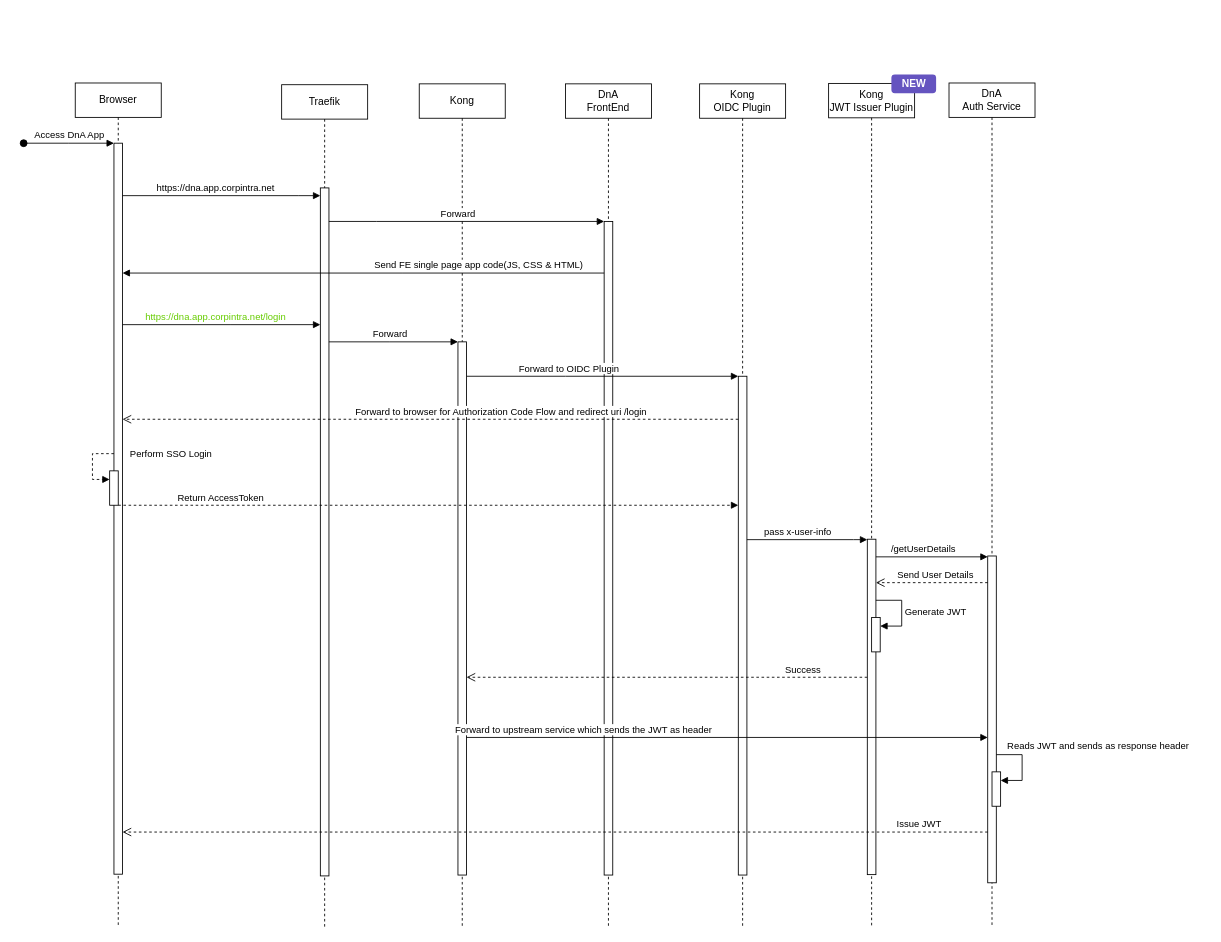
Above: DnA Security Architecture With Kong.drawio in kameshbrao/ArchiModels (draw.io), before the change. Source tidied: cells renumbered, new cells numbered last; positions are measured from the earlier drawing's top-left corner, leaving out a move shared by most shapes. Both pictures are drawn from the tidied source at 86%, with x=0, y=0 at pixel (23, 75).
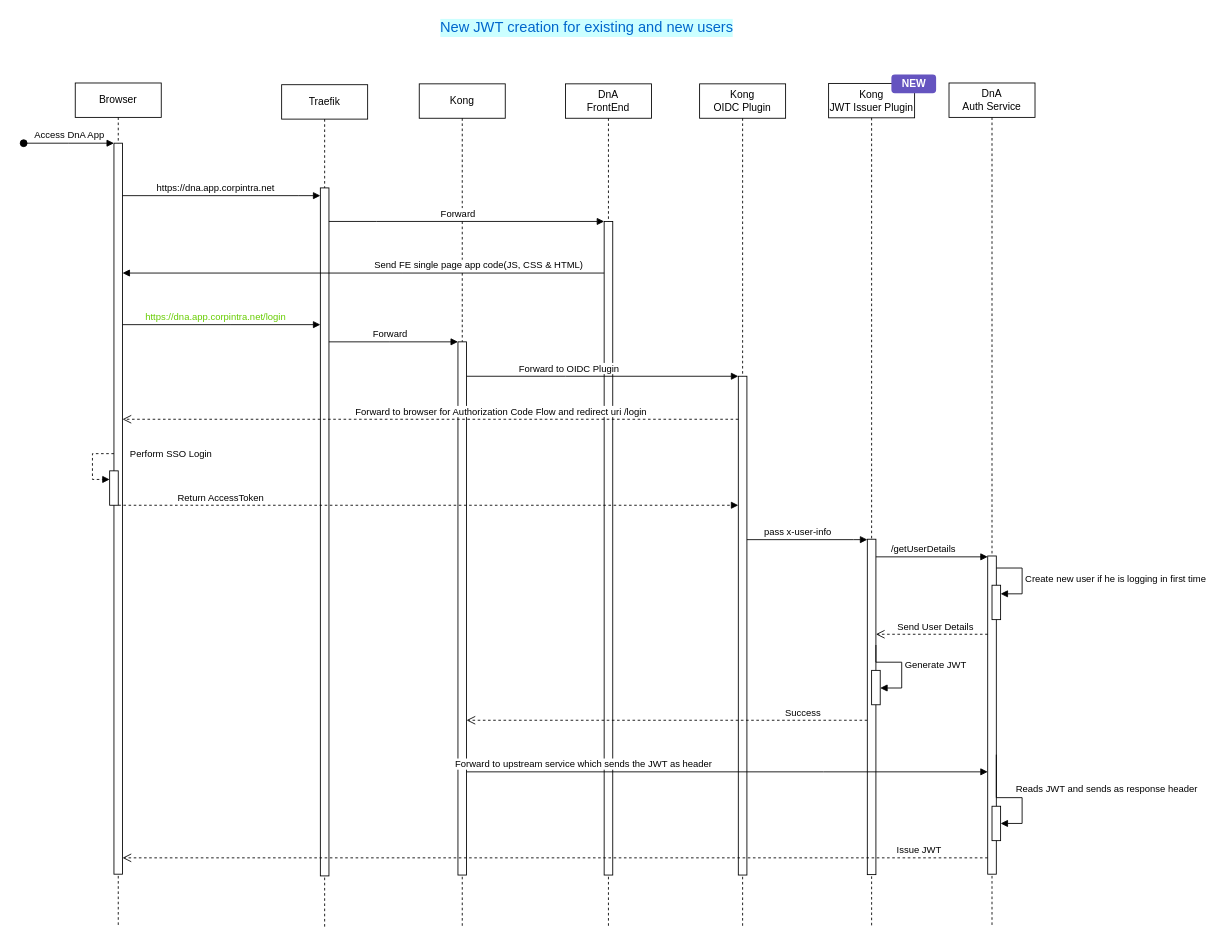
Above is the later version.

Unchanged cells that the change refers to:
```xml
<mxCell id="3" style="html=1;points=[];perimeter=orthogonalPerimeter;outlineConnect=0;targetShapes=umlLifeline;portConstraint=eastwest;newEdgeStyle={&quot;edgeStyle&quot;:&quot;elbowEdgeStyle&quot;,&quot;elbow&quot;:&quot;vertical&quot;,&quot;curved&quot;:0,&quot;rounded&quot;:0};" parent="2" vertex="1">
  <mxGeometry x="45" y="70" width="10" height="850" as="geometry" />
</mxCell>
<mxCell id="12" value="DnA&lt;br&gt;Auth Service" style="shape=umlLifeline;perimeter=lifelinePerimeter;whiteSpace=wrap;html=1;newEdgeStyle={&quot;edgeStyle&quot;:&quot;elbowEdgeStyle&quot;,&quot;elbow&quot;:&quot;vertical&quot;,&quot;curved&quot;:0,&quot;rounded&quot;:0};" parent="1" vertex="1">
  <mxGeometry x="1076" y="9" width="100" height="981" as="geometry" />
</mxCell>
<mxCell id="20" value="Kong&lt;br&gt;JWT Issuer Plugin" style="shape=umlLifeline;perimeter=lifelinePerimeter;whiteSpace=wrap;html=1;newEdgeStyle={&quot;edgeStyle&quot;:&quot;elbowEdgeStyle&quot;,&quot;elbow&quot;:&quot;vertical&quot;,&quot;curved&quot;:0,&quot;rounded&quot;:0};" parent="1" vertex="1">
  <mxGeometry x="936" y="9.5" width="100" height="981" as="geometry" />
</mxCell>
<mxCell id="21" style="html=1;points=[];perimeter=orthogonalPerimeter;outlineConnect=0;targetShapes=umlLifeline;portConstraint=eastwest;newEdgeStyle={&quot;edgeStyle&quot;:&quot;elbowEdgeStyle&quot;,&quot;elbow&quot;:&quot;vertical&quot;,&quot;curved&quot;:0,&quot;rounded&quot;:0};" parent="20" vertex="1">
  <mxGeometry x="45" y="530" width="10" height="390" as="geometry" />
</mxCell>
<mxCell id="25" style="html=1;points=[];perimeter=orthogonalPerimeter;outlineConnect=0;targetShapes=umlLifeline;portConstraint=eastwest;newEdgeStyle={&quot;edgeStyle&quot;:&quot;elbowEdgeStyle&quot;,&quot;elbow&quot;:&quot;vertical&quot;,&quot;curved&quot;:0,&quot;rounded&quot;:0};" parent="24" vertex="1">
  <mxGeometry x="45" y="300" width="10" height="620" as="geometry" />
</mxCell>
```

Diff of the diagram source:
```diff
@@
     <mxCell id="13" style="html=1;points=[];perimeter=orthogonalPerimeter;outlineConnect=0;targetShapes=umlLifeline;portConstraint=eastwest;newEdgeStyle={&quot;edgeStyle&quot;:&quot;elbowEdgeStyle&quot;,&quot;elbow&quot;:&quot;vertical&quot;,&quot;curved&quot;:0,&quot;rounded&quot;:0};" parent="12" vertex="1">
-      <mxGeometry x="45" y="550" width="10" height="380" as="geometry" />
+      <mxGeometry x="45" y="550" width="10" height="370" as="geometry" />
     </mxCell>
     <mxCell id="14" style="html=1;points=[];perimeter=orthogonalPerimeter;outlineConnect=0;targetShapes=umlLifeline;portConstraint=eastwest;newEdgeStyle={&quot;edgeStyle&quot;:&quot;elbowEdgeStyle&quot;,&quot;elbow&quot;:&quot;vertical&quot;,&quot;curved&quot;:0,&quot;rounded&quot;:0};" parent="12" vertex="1">
-      <mxGeometry x="50" y="801" width="10" height="40" as="geometry" />
+      <mxGeometry x="50" y="841" width="10" height="40" as="geometry" />
     </mxCell>
     <mxCell id="15" value="Reads JWT and sends as response header" style="html=1;align=left;spacingLeft=2;endArrow=block;rounded=0;edgeStyle=orthogonalEdgeStyle;curved=0;rounded=0;" parent="12" edge="1" target="14">
-      <mxGeometry x="-0.79" y="10" relative="1" as="geometry">
+      <mxGeometry x="0.02" y="10" relative="1" as="geometry">
         <mxPoint x="55" y="781" as="sourcePoint" />
         <Array as="points">
-          <mxPoint x="85" y="811" />
+          <mxPoint x="55" y="831" />
+          <mxPoint x="85" y="831" />
+          <mxPoint x="85" y="861" />
         </Array>
       </mxGeometry>
     </mxCell>
+    <mxCell id="38" style="html=1;points=[];perimeter=orthogonalPerimeter;outlineConnect=0;targetShapes=umlLifeline;portConstraint=eastwest;newEdgeStyle={&quot;edgeStyle&quot;:&quot;elbowEdgeStyle&quot;,&quot;elbow&quot;:&quot;vertical&quot;,&quot;curved&quot;:0,&quot;rounded&quot;:0};" parent="12" vertex="1">
+      <mxGeometry x="50" y="584" width="10" height="40" as="geometry" />
+    </mxCell>
+    <mxCell id="39" value="Create new user if he is logging in first time" style="html=1;align=left;spacingLeft=2;endArrow=block;rounded=0;edgeStyle=orthogonalEdgeStyle;curved=0;rounded=0;" parent="12" edge="1" target="38">
+      <mxGeometry relative="1" as="geometry">
+        <mxPoint x="55" y="564" as="sourcePoint" />
+        <Array as="points">
+          <mxPoint x="85" y="594" />
+        </Array>
+      </mxGeometry>
+    </mxCell>
@@
     <mxCell id="19" value="Success" style="html=1;verticalAlign=bottom;endArrow=open;dashed=1;endSize=8;edgeStyle=elbowEdgeStyle;elbow=vertical;curved=0;rounded=0;" parent="1" edge="1" source="21" target="25">
       <mxGeometry x="-0.68" relative="1" as="geometry">
         <Array as="points">
+          <mxPoint x="950" y="750" />
           <mxPoint x="940" y="700" />
           <mxPoint x="765" y="470" />
           <mxPoint x="645" y="460" />
           <mxPoint x="695" y="490" />
           <mxPoint x="725" y="470" />
         </Array>
       </mxGeometry>
     </mxCell>
@@
     <mxCell id="22" style="html=1;points=[];perimeter=orthogonalPerimeter;outlineConnect=0;targetShapes=umlLifeline;portConstraint=eastwest;newEdgeStyle={&quot;edgeStyle&quot;:&quot;elbowEdgeStyle&quot;,&quot;elbow&quot;:&quot;vertical&quot;,&quot;curved&quot;:0,&quot;rounded&quot;:0};" parent="20" vertex="1">
-      <mxGeometry x="50" y="621" width="10" height="40" as="geometry" />
+      <mxGeometry x="50" y="682.5" width="10" height="40" as="geometry" />
     </mxCell>
     <mxCell id="23" value="Generate JWT" style="html=1;align=left;spacingLeft=2;endArrow=block;rounded=0;edgeStyle=orthogonalEdgeStyle;curved=0;rounded=0;" parent="20" edge="1" target="22">
       <mxGeometry relative="1" as="geometry">
-        <mxPoint x="55" y="601" as="sourcePoint" />
+        <mxPoint x="55" y="653" as="sourcePoint" />
         <Array as="points">
-          <mxPoint x="85" y="631" />
+          <mxPoint x="55" y="673" />
+          <mxPoint x="85" y="673" />
+          <mxPoint x="85" y="703" />
         </Array>
       </mxGeometry>
     </mxCell>
@@
     <mxCell id="34" value="Send User Details" style="html=1;verticalAlign=bottom;endArrow=open;dashed=1;endSize=8;edgeStyle=elbowEdgeStyle;elbow=vertical;curved=0;rounded=0;" parent="1" edge="1" source="13" target="21">
       <mxGeometry x="-0.06" relative="1" as="geometry">
         <Array as="points">
-          <mxPoint x="1070" y="590" />
+          <mxPoint x="1060" y="650" />
           <mxPoint x="985" y="590" />
           <mxPoint x="935" y="530" />
           <mxPoint x="905" y="350" />
           <mxPoint x="785" y="340" />
           <mxPoint x="835" y="370" />
           <mxPoint x="865" y="350" />
         </Array>
       </mxGeometry>
     </mxCell>
     <mxCell id="35" value="Forward to upstream service which sends the JWT as header" style="html=1;verticalAlign=bottom;endArrow=block;edgeStyle=elbowEdgeStyle;elbow=vertical;curved=0;rounded=0;" parent="1" edge="1" source="25" target="13">
       <mxGeometry x="-0.55" relative="1" as="geometry">
         <Array as="points">
+          <mxPoint x="930" y="810" />
+          <mxPoint x="980" y="800" />
           <mxPoint x="635" y="770" />
           <mxPoint x="520" y="820" />
           <mxPoint x="540" y="850" />
           <mxPoint x="795" y="840" />
           <mxPoint x="385" y="815" />
         </Array>
       </mxGeometry>
     </mxCell>
     <mxCell id="36" value="Issue JWT" style="html=1;verticalAlign=bottom;endArrow=open;dashed=1;endSize=8;edgeStyle=elbowEdgeStyle;elbow=vertical;curved=0;rounded=0;" parent="1" edge="1" source="13" target="3">
       <mxGeometry x="-0.84" relative="1" as="geometry">
         <Array as="points">
+          <mxPoint x="1010" y="910" />
           <mxPoint x="1080" y="880" />
           <mxPoint x="1100" y="890" />
           <mxPoint x="1055" y="820" />
           <mxPoint x="880" y="590" />
           <mxPoint x="760" y="580" />
           <mxPoint x="810" y="610" />
           <mxPoint x="840" y="590" />
         </Array>
       </mxGeometry>
     </mxCell>
@@
+    <mxCell id="40" value="&lt;font color=&quot;#0066cc&quot;&gt;New JWT creation for existing and new users&lt;/font&gt;" style="text;html=1;strokeColor=none;fillColor=none;align=center;verticalAlign=middle;whiteSpace=wrap;rounded=0;fontSize=17;labelBorderColor=none;labelBackgroundColor=#CCFFFF;" parent="1" vertex="1">
+      <mxGeometry x="440" y="-70" width="430" height="30" as="geometry" />
+    </mxCell>
```
